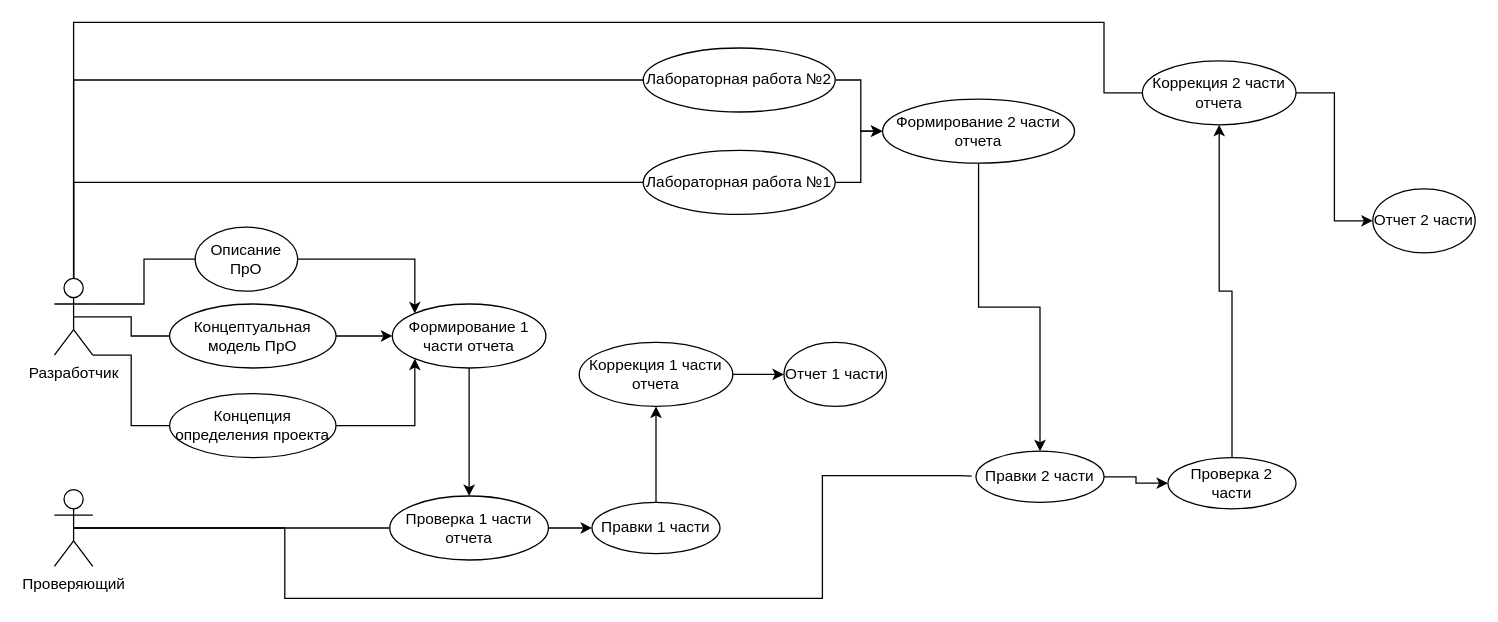
Above: Документирование проекта АИС(1).drawio in hiff0/db-city-council (draw.io), before the change. Source tidied: cells renumbered, new cells numbered last; positions are measured from the earlier drawing's top-left corner, leaving out a move shared by most shapes. Both pictures are drawn from the tidied source at 128%, with x=0, y=0 at pixel (54, 22).
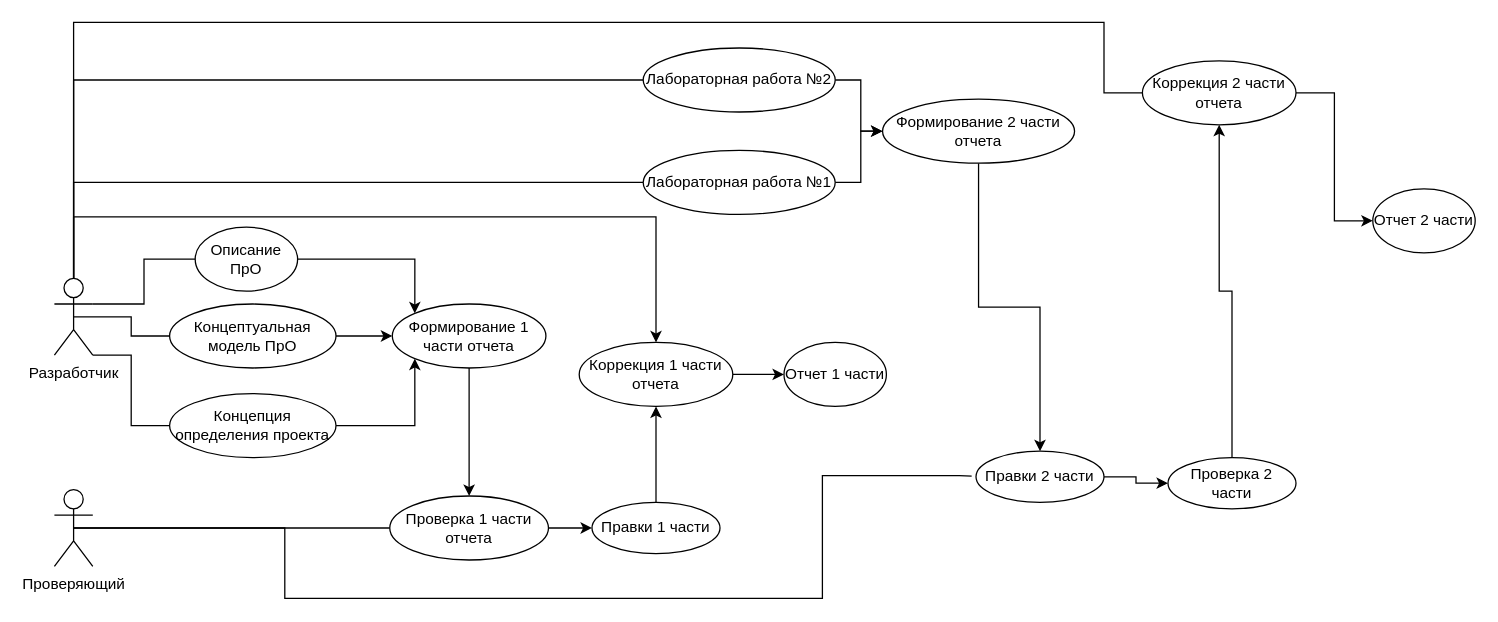
Above is the later version.

Unchanged cells that the change refers to:
```xml
<mxCell id="8" value="Разработчик" style="shape=umlActor;verticalLabelPosition=bottom;verticalAlign=top;html=1;" parent="1" vertex="1">
  <mxGeometry y="200" width="30" height="60" as="geometry" />
</mxCell>
<mxCell id="25" value="Коррекция 1 части отчета" style="ellipse;whiteSpace=wrap;html=1;" parent="1" vertex="1">
  <mxGeometry x="410" y="250" width="120" height="50" as="geometry" />
</mxCell>
```

The edit, as a diff of the source:
```diff
@@
+    <mxCell id="40" style="edgeStyle=orthogonalEdgeStyle;rounded=0;jettySize=auto;html=1;exitX=0.5;exitY=0;exitDx=0;exitDy=0;exitPerimeter=0;entryX=0.5;entryY=0;entryDx=0;entryDy=0;" parent="1" edge="1" source="8" target="25">
+      <mxGeometry relative="1" as="geometry">
+        <Array as="points">
+          <mxPoint x="15" y="152" />
+          <mxPoint x="470" y="152" />
+        </Array>
+      </mxGeometry>
+    </mxCell>
```
